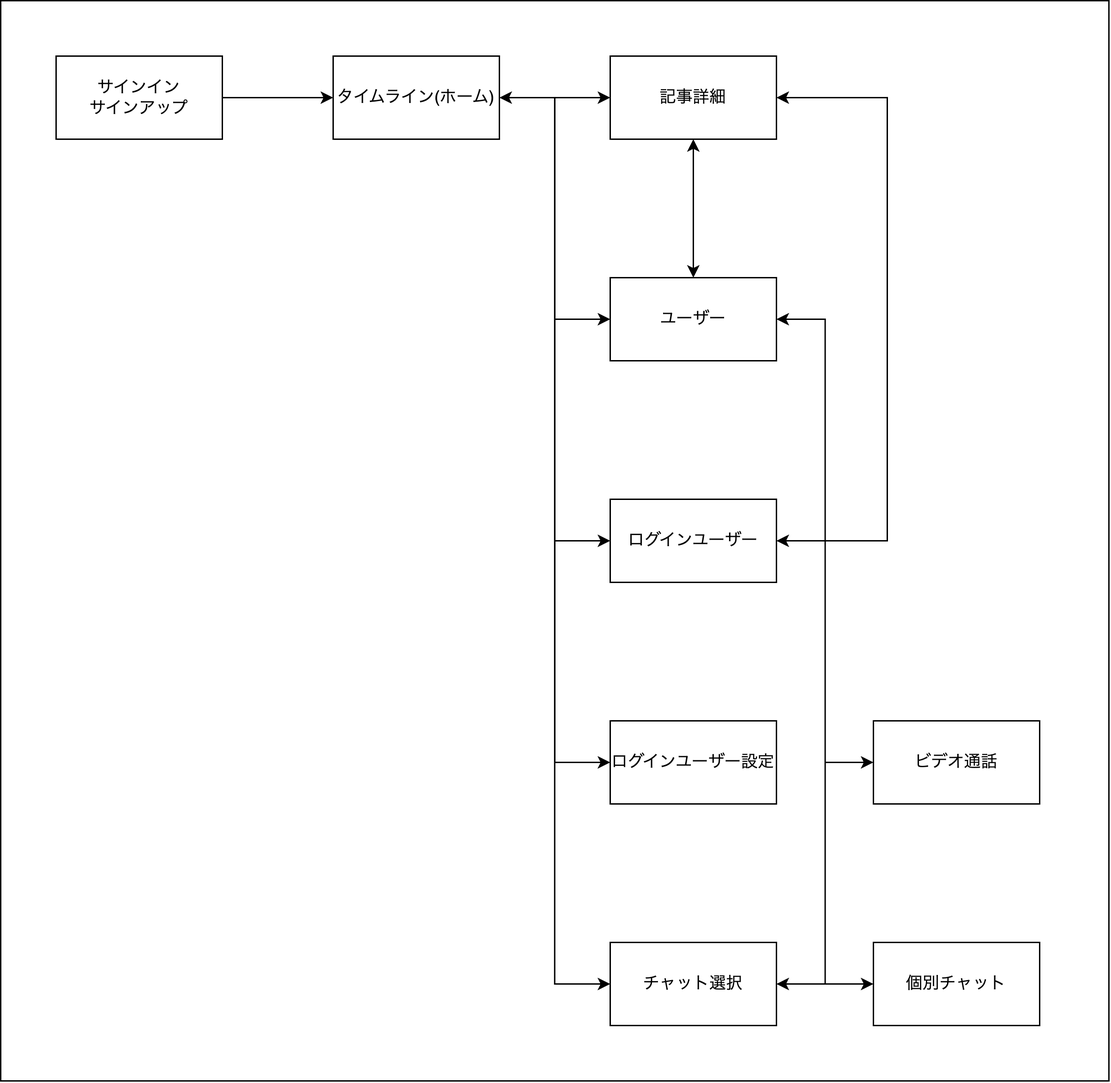
The draw.io diagram dlion画面遷移.png in hata1225/dlion, before a commit. Source tidied: cells renumbered, new cells last; positions are measured from the earlier drawing's top-left corner, leaving out a move shared by most shapes. The source it was exported from:
```xml
<mxGraphModel>
  <root>
    <mxCell id="0" />
    <mxCell id="1" parent="0" />
    <mxCell id="2" style="rounded=0;whiteSpace=wrap;html=1;" parent="1" vertex="1">
      <mxGeometry width="800" height="780" as="geometry" />
    </mxCell>
    <mxCell id="3" value="サインイン&lt;br&gt;サインアップ" style="rounded=0;whiteSpace=wrap;html=1;" parent="1" vertex="1">
      <mxGeometry x="40" y="40" width="120" height="60" as="geometry" />
    </mxCell>
    <mxCell id="4" value="タイムライン(ホーム)" style="rounded=0;whiteSpace=wrap;html=1;" parent="1" vertex="1">
      <mxGeometry x="240" y="40" width="120" height="60" as="geometry" />
    </mxCell>
    <mxCell id="5" value="ログインユーザー" style="rounded=0;whiteSpace=wrap;html=1;" parent="1" vertex="1">
      <mxGeometry x="440" y="360" width="120" height="60" as="geometry" />
    </mxCell>
    <mxCell id="6" value="記事詳細" style="rounded=0;whiteSpace=wrap;html=1;" parent="1" vertex="1">
      <mxGeometry x="440" y="40" width="120" height="60" as="geometry" />
    </mxCell>
    <mxCell id="7" value="ログインユーザー設定" style="rounded=0;whiteSpace=wrap;html=1;" parent="1" vertex="1">
      <mxGeometry x="440" y="520" width="120" height="60" as="geometry" />
    </mxCell>
    <mxCell id="8" value="ユーザー" style="rounded=0;whiteSpace=wrap;html=1;" parent="1" vertex="1">
      <mxGeometry x="440" y="200" width="120" height="60" as="geometry" />
    </mxCell>
    <mxCell id="9" value="チャット選択" style="rounded=0;whiteSpace=wrap;html=1;" parent="1" vertex="1">
      <mxGeometry x="440" y="680" width="120" height="60" as="geometry" />
    </mxCell>
    <mxCell id="10" value="ビデオ通話" style="rounded=0;whiteSpace=wrap;html=1;" parent="1" vertex="1">
      <mxGeometry x="630" y="520" width="120" height="60" as="geometry" />
    </mxCell>
    <mxCell id="11" style="endArrow=classic;html=1;rounded=0;exitX=1;exitY=0.5;exitDx=0;exitDy=0;entryX=0;entryY=0.5;entryDx=0;entryDy=0;" parent="1" edge="1" source="3" target="4">
      <mxGeometry relative="1" as="geometry" />
    </mxCell>
    <mxCell id="12" style="endArrow=classic;startArrow=classic;html=1;rounded=0;exitX=1;exitY=0.5;exitDx=0;exitDy=0;entryX=0;entryY=0.5;entryDx=0;entryDy=0;" parent="1" edge="1" source="4" target="6">
      <mxGeometry relative="1" as="geometry" />
    </mxCell>
    <mxCell id="13" style="endArrow=classic;startArrow=classic;html=1;rounded=0;exitX=1;exitY=0.5;exitDx=0;exitDy=0;entryX=0;entryY=0.5;entryDx=0;entryDy=0;edgeStyle=elbowEdgeStyle;" parent="1" edge="1" source="4" target="9">
      <mxGeometry relative="1" as="geometry" />
    </mxCell>
    <mxCell id="14" style="endArrow=classic;startArrow=classic;html=1;rounded=0;exitX=1;exitY=0.5;exitDx=0;exitDy=0;entryX=0;entryY=0.5;entryDx=0;entryDy=0;edgeStyle=elbowEdgeStyle;" parent="1" edge="1" source="4" target="7">
      <mxGeometry relative="1" as="geometry">
        <Array as="points">
          <mxPoint x="400" y="320" />
        </Array>
      </mxGeometry>
    </mxCell>
    <mxCell id="15" style="endArrow=classic;startArrow=classic;html=1;rounded=0;exitX=1;exitY=0.5;exitDx=0;exitDy=0;entryX=0;entryY=0.5;entryDx=0;entryDy=0;edgeStyle=elbowEdgeStyle;" parent="1" edge="1" target="5">
      <mxGeometry relative="1" as="geometry">
        <mxPoint x="360" y="70" as="sourcePoint" />
        <Array as="points">
          <mxPoint x="400" y="320" />
        </Array>
      </mxGeometry>
    </mxCell>
    <mxCell id="16" style="endArrow=classic;startArrow=classic;html=1;rounded=0;exitX=1;exitY=0.5;exitDx=0;exitDy=0;entryX=0;entryY=0.5;entryDx=0;entryDy=0;edgeStyle=elbowEdgeStyle;" parent="1" edge="1" source="4" target="8">
      <mxGeometry relative="1" as="geometry">
        <Array as="points">
          <mxPoint x="400" y="160" />
        </Array>
      </mxGeometry>
    </mxCell>
    <mxCell id="17" style="endArrow=classic;startArrow=classic;html=1;rounded=0;exitX=1;exitY=0.5;exitDx=0;exitDy=0;entryX=0;entryY=0.5;entryDx=0;entryDy=0;" parent="1" edge="1" source="9" target="21">
      <mxGeometry relative="1" as="geometry" />
    </mxCell>
    <mxCell id="18" style="endArrow=classic;startArrow=classic;html=1;rounded=0;exitX=1;exitY=0.5;exitDx=0;exitDy=0;entryX=0;entryY=0.5;entryDx=0;entryDy=0;edgeStyle=elbowEdgeStyle;" parent="1" edge="1" source="8" target="10">
      <mxGeometry relative="1" as="geometry" />
    </mxCell>
    <mxCell id="19" style="endArrow=classic;startArrow=classic;html=1;rounded=0;entryX=1;entryY=0.5;entryDx=0;entryDy=0;exitX=1;exitY=0.5;exitDx=0;exitDy=0;edgeStyle=elbowEdgeStyle;" parent="1" edge="1" source="5" target="6">
      <mxGeometry relative="1" as="geometry">
        <Array as="points">
          <mxPoint x="640" y="160" />
          <mxPoint x="640" y="400" />
          <mxPoint x="640" y="320" />
        </Array>
      </mxGeometry>
    </mxCell>
    <mxCell id="20" style="endArrow=classic;startArrow=classic;html=1;rounded=0;entryX=0.5;entryY=1;entryDx=0;entryDy=0;exitX=0.5;exitY=0;exitDx=0;exitDy=0;" parent="1" edge="1" source="8" target="6">
      <mxGeometry relative="1" as="geometry" />
    </mxCell>
    <mxCell id="21" value="個別チャット" style="rounded=0;whiteSpace=wrap;html=1;" parent="1" vertex="1">
      <mxGeometry x="630" y="680" width="120" height="60" as="geometry" />
    </mxCell>
    <mxCell id="22" style="endArrow=classic;startArrow=classic;html=1;rounded=0;exitX=1;exitY=0.5;exitDx=0;exitDy=0;entryX=0;entryY=0.5;entryDx=0;entryDy=0;edgeStyle=elbowEdgeStyle;" parent="1" edge="1" source="9" target="10">
      <mxGeometry relative="1" as="geometry" />
    </mxCell>
  </root>
</mxGraphModel>
```
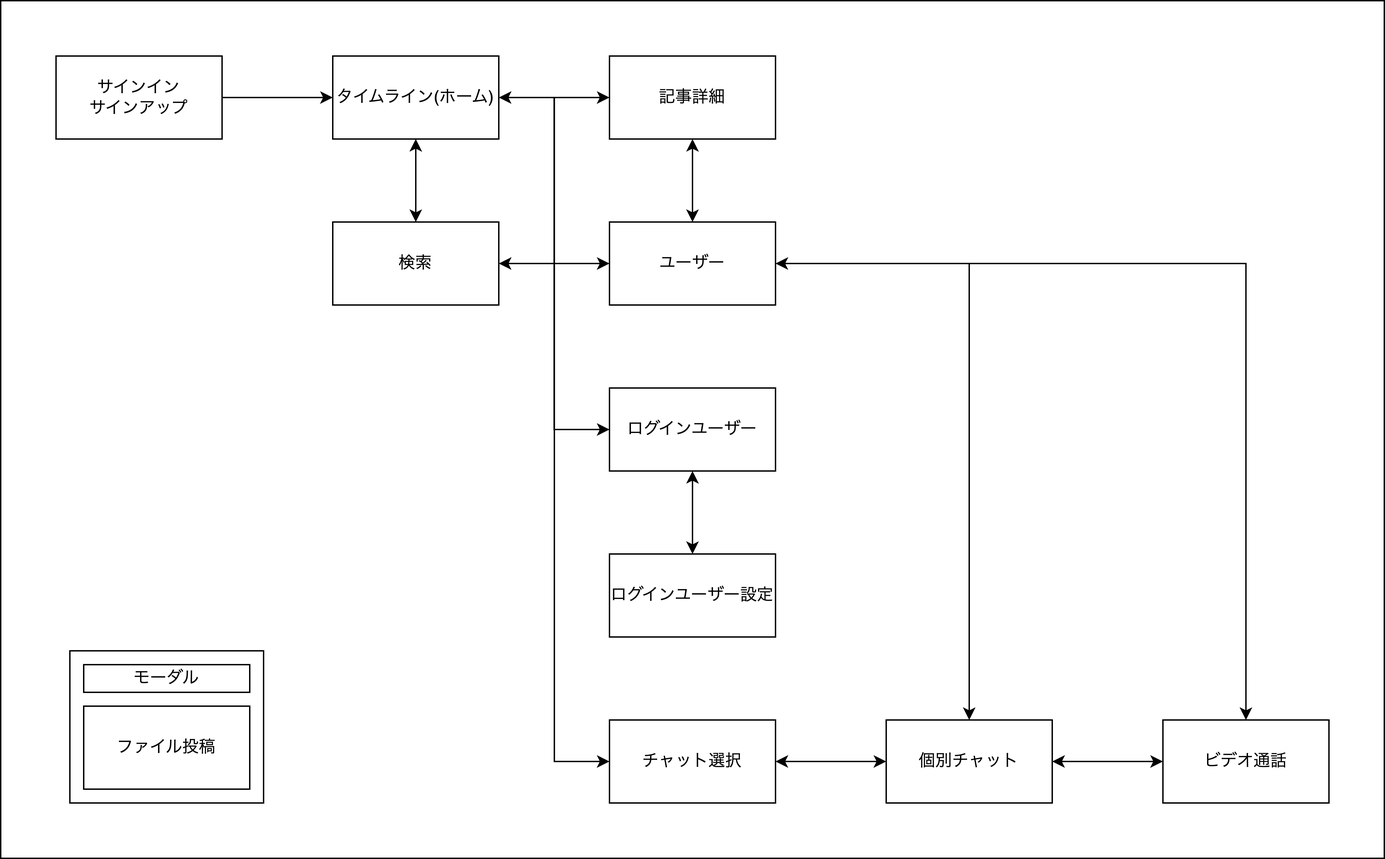
The same file after the commit.

Commit message:
readme画面遷移画像の変更

Diff of the diagram source:
```diff
@@ -3,7 +3,7 @@
     <mxCell id="0" />
     <mxCell id="1" parent="0" />
     <mxCell id="2" style="rounded=0;whiteSpace=wrap;html=1;" parent="1" vertex="1">
-      <mxGeometry width="800" height="780" as="geometry" />
+      <mxGeometry width="1000" height="620" as="geometry" />
     </mxCell>
     <mxCell id="3" value="サインイン&lt;br&gt;サインアップ" style="rounded=0;whiteSpace=wrap;html=1;" parent="1" vertex="1">
       <mxGeometry x="40" y="40" width="120" height="60" as="geometry" />
@@ -12,22 +12,22 @@
       <mxGeometry x="240" y="40" width="120" height="60" as="geometry" />
     </mxCell>
     <mxCell id="5" value="ログインユーザー" style="rounded=0;whiteSpace=wrap;html=1;" parent="1" vertex="1">
-      <mxGeometry x="440" y="360" width="120" height="60" as="geometry" />
+      <mxGeometry x="440" y="280" width="120" height="60" as="geometry" />
     </mxCell>
     <mxCell id="6" value="記事詳細" style="rounded=0;whiteSpace=wrap;html=1;" parent="1" vertex="1">
       <mxGeometry x="440" y="40" width="120" height="60" as="geometry" />
     </mxCell>
     <mxCell id="7" value="ログインユーザー設定" style="rounded=0;whiteSpace=wrap;html=1;" parent="1" vertex="1">
-      <mxGeometry x="440" y="520" width="120" height="60" as="geometry" />
+      <mxGeometry x="440" y="400" width="120" height="60" as="geometry" />
     </mxCell>
     <mxCell id="8" value="ユーザー" style="rounded=0;whiteSpace=wrap;html=1;" parent="1" vertex="1">
-      <mxGeometry x="440" y="200" width="120" height="60" as="geometry" />
+      <mxGeometry x="440" y="160" width="120" height="60" as="geometry" />
     </mxCell>
     <mxCell id="9" value="チャット選択" style="rounded=0;whiteSpace=wrap;html=1;" parent="1" vertex="1">
-      <mxGeometry x="440" y="680" width="120" height="60" as="geometry" />
+      <mxGeometry x="440" y="520" width="120" height="60" as="geometry" />
     </mxCell>
     <mxCell id="10" value="ビデオ通話" style="rounded=0;whiteSpace=wrap;html=1;" parent="1" vertex="1">
-      <mxGeometry x="630" y="520" width="120" height="60" as="geometry" />
+      <mxGeometry x="840" y="520" width="120" height="60" as="geometry" />
     </mxCell>
     <mxCell id="11" style="endArrow=classic;html=1;rounded=0;exitX=1;exitY=0.5;exitDx=0;exitDy=0;entryX=0;entryY=0.5;entryDx=0;entryDy=0;" parent="1" edge="1" source="3" target="4">
       <mxGeometry relative="1" as="geometry" />
@@ -38,13 +38,6 @@
     <mxCell id="13" style="endArrow=classic;startArrow=classic;html=1;rounded=0;exitX=1;exitY=0.5;exitDx=0;exitDy=0;entryX=0;entryY=0.5;entryDx=0;entryDy=0;edgeStyle=elbowEdgeStyle;" parent="1" edge="1" source="4" target="9">
       <mxGeometry relative="1" as="geometry" />
     </mxCell>
-    <mxCell id="14" style="endArrow=classic;startArrow=classic;html=1;rounded=0;exitX=1;exitY=0.5;exitDx=0;exitDy=0;entryX=0;entryY=0.5;entryDx=0;entryDy=0;edgeStyle=elbowEdgeStyle;" parent="1" edge="1" source="4" target="7">
-      <mxGeometry relative="1" as="geometry">
-        <Array as="points">
-          <mxPoint x="400" y="320" />
-        </Array>
-      </mxGeometry>
-    </mxCell>
     <mxCell id="15" style="endArrow=classic;startArrow=classic;html=1;rounded=0;exitX=1;exitY=0.5;exitDx=0;exitDy=0;entryX=0;entryY=0.5;entryDx=0;entryDy=0;edgeStyle=elbowEdgeStyle;" parent="1" edge="1" target="5">
       <mxGeometry relative="1" as="geometry">
         <mxPoint x="360" y="70" as="sourcePoint" />
@@ -63,26 +56,50 @@
     <mxCell id="17" style="endArrow=classic;startArrow=classic;html=1;rounded=0;exitX=1;exitY=0.5;exitDx=0;exitDy=0;entryX=0;entryY=0.5;entryDx=0;entryDy=0;" parent="1" edge="1" source="9" target="21">
       <mxGeometry relative="1" as="geometry" />
     </mxCell>
-    <mxCell id="18" style="endArrow=classic;startArrow=classic;html=1;rounded=0;exitX=1;exitY=0.5;exitDx=0;exitDy=0;entryX=0;entryY=0.5;entryDx=0;entryDy=0;edgeStyle=elbowEdgeStyle;" parent="1" edge="1" source="8" target="10">
-      <mxGeometry relative="1" as="geometry" />
-    </mxCell>
-    <mxCell id="19" style="endArrow=classic;startArrow=classic;html=1;rounded=0;entryX=1;entryY=0.5;entryDx=0;entryDy=0;exitX=1;exitY=0.5;exitDx=0;exitDy=0;edgeStyle=elbowEdgeStyle;" parent="1" edge="1" source="5" target="6">
-      <mxGeometry relative="1" as="geometry">
-        <Array as="points">
-          <mxPoint x="640" y="160" />
-          <mxPoint x="640" y="400" />
-          <mxPoint x="640" y="320" />
-        </Array>
-      </mxGeometry>
-    </mxCell>
     <mxCell id="20" style="endArrow=classic;startArrow=classic;html=1;rounded=0;entryX=0.5;entryY=1;entryDx=0;entryDy=0;exitX=0.5;exitY=0;exitDx=0;exitDy=0;" parent="1" edge="1" source="8" target="6">
       <mxGeometry relative="1" as="geometry" />
     </mxCell>
     <mxCell id="21" value="個別チャット" style="rounded=0;whiteSpace=wrap;html=1;" parent="1" vertex="1">
-      <mxGeometry x="630" y="680" width="120" height="60" as="geometry" />
+      <mxGeometry x="640" y="520" width="120" height="60" as="geometry" />
     </mxCell>
-    <mxCell id="22" style="endArrow=classic;startArrow=classic;html=1;rounded=0;exitX=1;exitY=0.5;exitDx=0;exitDy=0;entryX=0;entryY=0.5;entryDx=0;entryDy=0;edgeStyle=elbowEdgeStyle;" parent="1" edge="1" source="9" target="10">
-      <mxGeometry relative="1" as="geometry" />
-    </mxCell>
+    <mxCell id="23" value="検索" style="rounded=0;whiteSpace=wrap;html=1;" parent="1" vertex="1">
+      <mxGeometry x="240" y="160" width="120" height="60" as="geometry" />
+    </mxCell>
+    <mxCell id="24" style="endArrow=classic;startArrow=classic;html=1;rounded=0;entryX=0.5;entryY=1;entryDx=0;entryDy=0;exitX=0.5;exitY=0;exitDx=0;exitDy=0;" parent="1" edge="1" source="23" target="4">
+      <mxGeometry relative="1" as="geometry" />
+    </mxCell>
+    <mxCell id="25" style="endArrow=classic;startArrow=classic;html=1;rounded=0;exitX=1;exitY=0.5;exitDx=0;exitDy=0;entryX=0;entryY=0.5;entryDx=0;entryDy=0;" parent="1" edge="1" source="23" target="8">
+      <mxGeometry relative="1" as="geometry" />
+    </mxCell>
+    <mxCell id="26" style="endArrow=classic;startArrow=classic;html=1;rounded=0;entryX=1;entryY=0.5;entryDx=0;entryDy=0;exitX=0.5;exitY=0;exitDx=0;exitDy=0;edgeStyle=elbowEdgeStyle;elbow=vertical;" parent="1" edge="1" source="21" target="8">
+      <mxGeometry relative="1" as="geometry">
+        <Array as="points">
+          <mxPoint x="610" y="190" />
+          <mxPoint x="630" y="230" />
+        </Array>
+      </mxGeometry>
+    </mxCell>
+    <mxCell id="27" style="endArrow=classic;startArrow=classic;html=1;rounded=0;exitX=1;exitY=0.5;exitDx=0;exitDy=0;entryX=0;entryY=0.5;entryDx=0;entryDy=0;" parent="1" edge="1" source="21" target="10">
+      <mxGeometry relative="1" as="geometry" />
+    </mxCell>
+    <mxCell id="18" style="endArrow=classic;startArrow=classic;html=1;rounded=0;exitX=1;exitY=0.5;exitDx=0;exitDy=0;entryX=0.5;entryY=0;entryDx=0;entryDy=0;edgeStyle=elbowEdgeStyle;" parent="1" edge="1" source="8" target="10">
+      <mxGeometry relative="1" as="geometry">
+        <Array as="points">
+          <mxPoint x="900" y="460" />
+        </Array>
+      </mxGeometry>
+    </mxCell>
+    <mxCell id="28" style="rounded=0;whiteSpace=wrap;html=1;" parent="1" vertex="1">
+      <mxGeometry x="50" y="470" width="140" height="110" as="geometry" />
+    </mxCell>
+    <mxCell id="29" value="モーダル" style="rounded=0;whiteSpace=wrap;html=1;" parent="1" vertex="1">
+      <mxGeometry x="60" y="480" width="120" height="20" as="geometry" />
+    </mxCell>
+    <mxCell id="30" value="ファイル投稿" style="rounded=0;whiteSpace=wrap;html=1;" parent="1" vertex="1">
+      <mxGeometry x="60" y="510" width="120" height="60" as="geometry" />
+    </mxCell>
+    <mxCell id="31" style="endArrow=classic;startArrow=classic;html=1;rounded=0;exitX=0.5;exitY=0;exitDx=0;exitDy=0;entryX=0.5;entryY=1;entryDx=0;entryDy=0;" parent="1" edge="1" source="7" target="5">
+      <mxGeometry relative="1" as="geometry" />
+    </mxCell>
   </root>
 </mxGraphModel>
```
